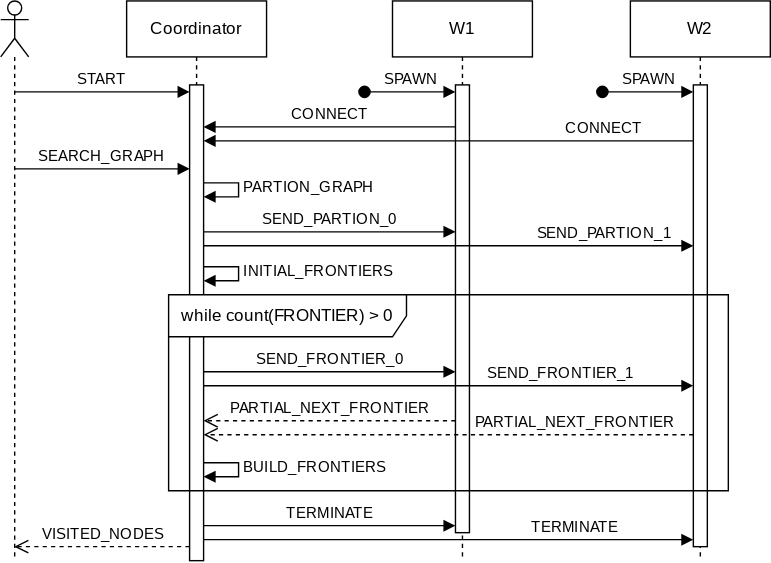
The draw.io diagram hpc/Workshop/BFSAlgo/Figures/distributedSequence.svg in Mikkelnn/ESD6-Courses, before a commit. Source tidied: cells renumbered, new cells last; positions are measured from the earlier drawing's top-left corner, leaving out a move shared by most shapes.
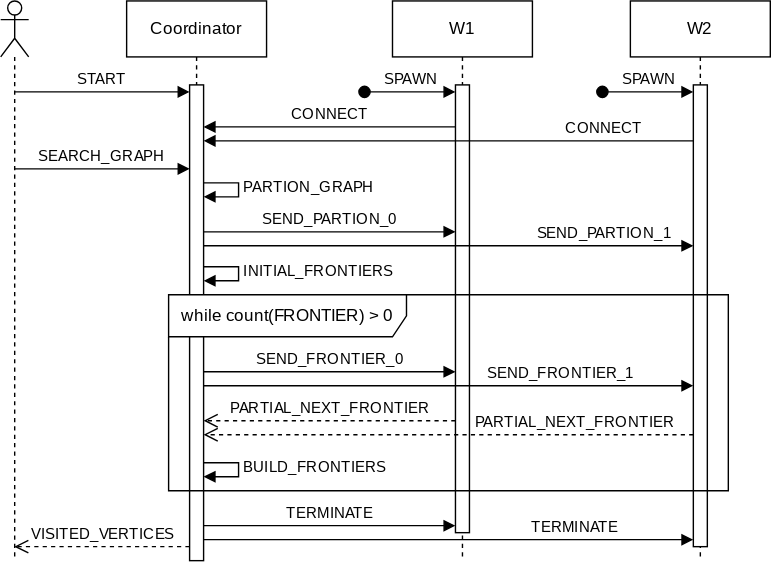
After the commit.

Diff of the diagram source:
```diff
@@ -133,7 +133,7 @@
         <mxPoint x="495" y="385" as="targetPoint" />
       </mxGeometry>
     </mxCell>
-    <mxCell id="27" value="VISITED_NODES" style="html=1;verticalAlign=bottom;endArrow=open;dashed=1;endSize=8;curved=0;rounded=0;fontFamily=latex;fontSource=http%3A%2F%2Fsourceforge.net%2Fprojects%2Fcm-unicode%2Ffiles%2FOldFiles%2Fcm-unicode-fix-0.6.3.tar.bz2%2Fdownload;" parent="1" edge="1">
+    <mxCell id="27" value="VISITED_VERTICES" style="html=1;verticalAlign=bottom;endArrow=open;dashed=1;endSize=8;curved=0;rounded=0;fontFamily=latex;fontSource=http%3A%2F%2Fsourceforge.net%2Fprojects%2Fcm-unicode%2Ffiles%2FOldFiles%2Fcm-unicode-fix-0.6.3.tar.bz2%2Fdownload;" parent="1" edge="1">
       <mxGeometry relative="1" as="geometry">
         <mxPoint x="135" y="390" as="sourcePoint" />
         <mxPoint x="9.7" y="390" as="targetPoint" />
```
